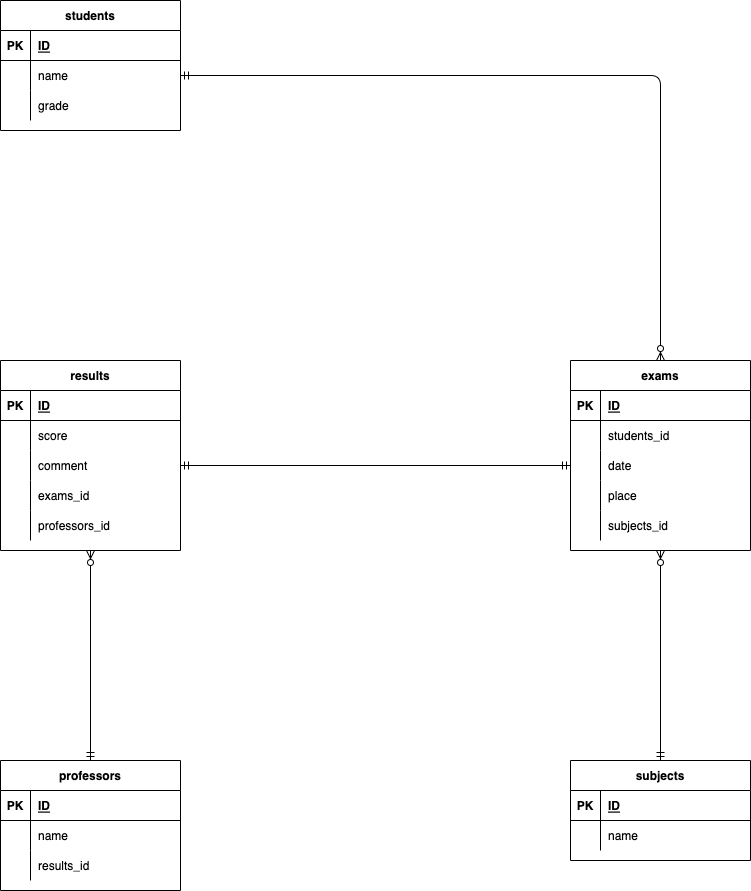
Before: index.drawio.png, a diagram exported from draw.io (im-yonggi/database). Source tidied: cells renumbered, new cells last; positions are measured from the earlier drawing's top-left corner, leaving out a move shared by most shapes.
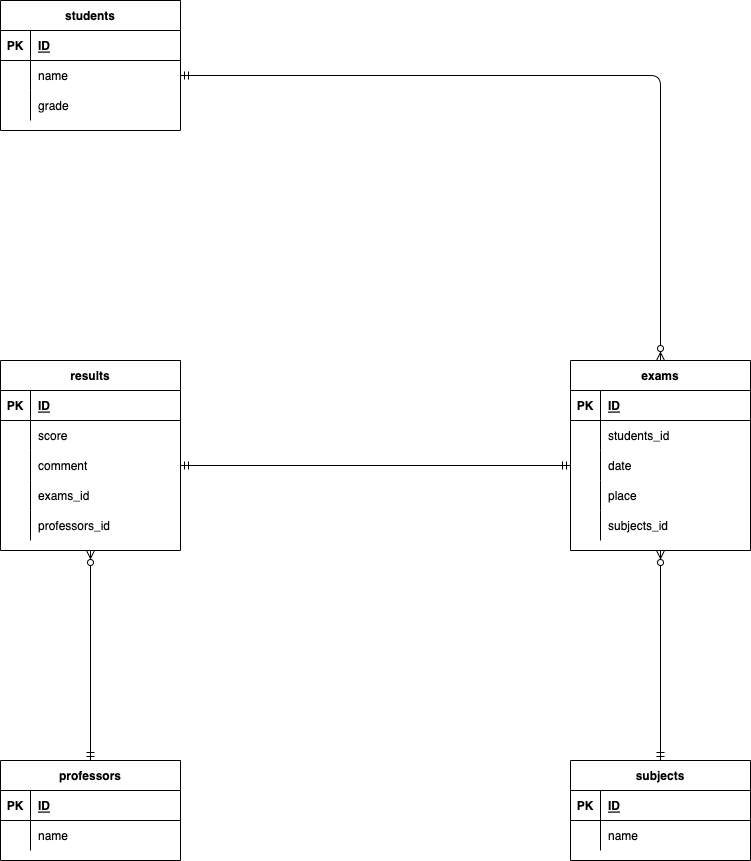
After the commit.

The edit, as a diff of the source:
```diff
@@ -33,7 +33,7 @@
       <mxGeometry x="30" width="150" height="30" as="geometry" />
     </mxCell>
     <mxCell id="12" value="professors" style="shape=table;startSize=30;rowLines=0;fontStyle=1;align=center;" parent="1" vertex="1">
-      <mxGeometry y="760" width="180" height="130" as="geometry" />
+      <mxGeometry y="760" width="180" height="100" as="geometry" />
     </mxCell>
     <mxCell id="13" style="shape=partialRectangle;fillColor=none;top=0;left=0;bottom=1;right=0;" parent="12" vertex="1">
       <mxGeometry y="30" width="180" height="30" as="geometry" />
@@ -53,15 +53,6 @@
     <mxCell id="18" value="name" style="shape=partialRectangle;fillColor=none;top=0;left=0;bottom=0;right=0;align=left;spacingLeft=6;overflow=hidden;" parent="16" vertex="1">
       <mxGeometry x="30" width="150" height="30" as="geometry" />
     </mxCell>
-    <mxCell id="19" style="shape=partialRectangle;fillColor=none;top=0;left=0;bottom=0;right=0;" parent="12" vertex="1">
-      <mxGeometry y="90" width="180" height="30" as="geometry" />
-    </mxCell>
-    <mxCell id="20" style="shape=partialRectangle;fillColor=none;top=0;left=0;bottom=0;right=0;overflow=hidden;" parent="19" vertex="1">
-      <mxGeometry width="30" height="30" as="geometry" />
-    </mxCell>
-    <mxCell id="21" value="results_id" style="shape=partialRectangle;fillColor=none;top=0;left=0;bottom=0;right=0;align=left;spacingLeft=6;overflow=hidden;" parent="19" vertex="1">
-      <mxGeometry x="30" width="150" height="30" as="geometry" />
-    </mxCell>
     <mxCell id="22" value="exams" style="shape=table;startSize=30;rowLines=0;fontStyle=1;align=center;" parent="1" vertex="1">
       <mxGeometry x="570" y="360" width="180" height="190" as="geometry" />
     </mxCell>
```
